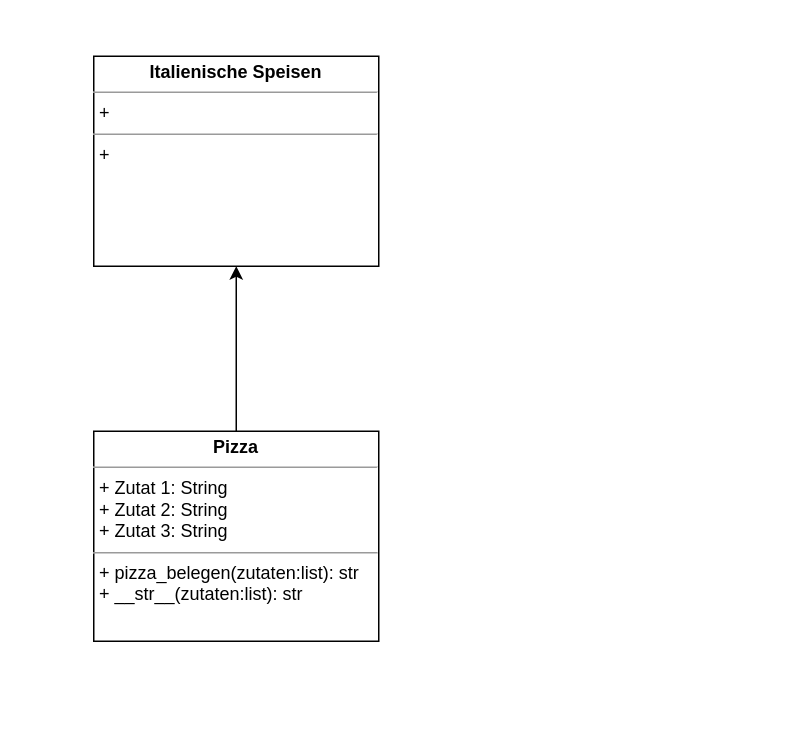
This is UML_Pizza.drawio from ygerhardt/unterricht, a draw.io file, before an edit. Source tidied: cells renumbered, new cells numbered last; positions are measured from the earlier drawing's top-left corner, leaving out a move shared by most shapes. Both pictures are drawn from the tidied source at 150%, with x=0, y=0 at pixel (93, 56).
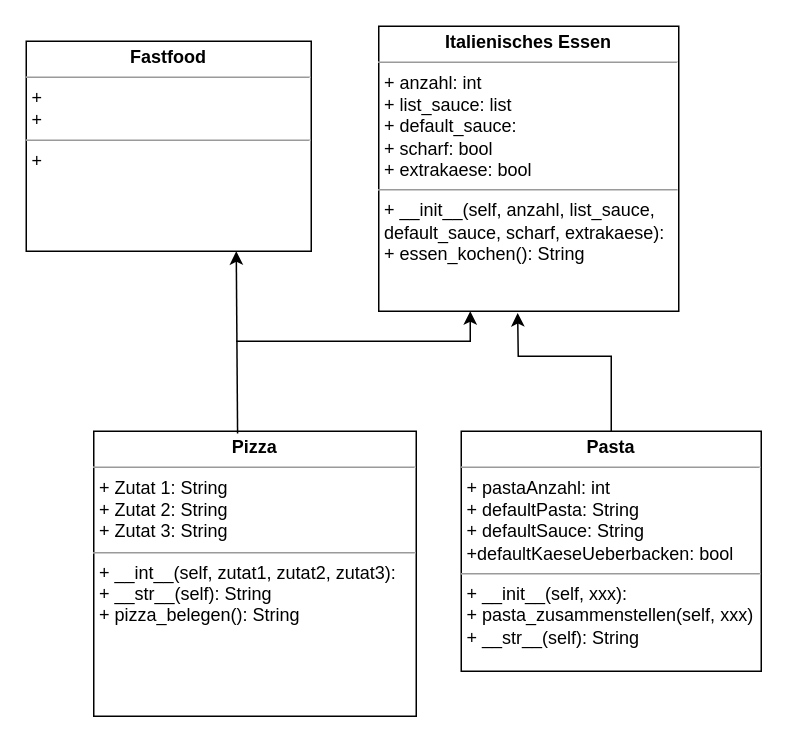
The same diagram, later.

Change to the diagram source:
```diff
@@
 <mxGraphModel>
   <root>
     <mxCell id="0" />
     <mxCell id="1" parent="0" />
-    <mxCell id="2" style="edgeStyle=orthogonalEdgeStyle;rounded=0;jettySize=auto;html=1;entryX=0.5;entryY=1;entryDx=0;entryDy=0;" parent="1" edge="1" source="3" target="4">
-      <mxGeometry relative="1" as="geometry" />
-    </mxCell>
-    <mxCell id="3" value="&lt;p style=&quot;margin:0px;margin-top:4px;text-align:center;&quot;&gt;&lt;b&gt;Pizza&lt;/b&gt;&lt;/p&gt;&lt;hr size=&quot;1&quot;&gt;&lt;p style=&quot;margin:0px;margin-left:4px;&quot;&gt;+ Zutat 1: String&lt;br&gt;+ Zutat 2: String&lt;/p&gt;&lt;p style=&quot;margin:0px;margin-left:4px;&quot;&gt;+ Zutat 3: String&lt;/p&gt;&lt;hr size=&quot;1&quot;&gt;&lt;p style=&quot;margin:0px;margin-left:4px;&quot;&gt;+ pizza_belegen(zutaten:list): str&lt;br&gt;+ __str__(zutaten:list): str&amp;nbsp;&lt;/p&gt;" style="verticalAlign=top;align=left;overflow=fill;fontSize=12;fontFamily=Helvetica;html=1;rounded=0;shadow=0;comic=0;labelBackgroundColor=none;strokeWidth=1;" parent="1" vertex="1">
-      <mxGeometry y="250" width="190" height="140" as="geometry" />
+    <mxCell id="3" value="&lt;p style=&quot;margin:0px;margin-top:4px;text-align:center;&quot;&gt;&lt;b&gt;Pizza&lt;/b&gt;&lt;/p&gt;&lt;hr size=&quot;1&quot;&gt;&lt;p style=&quot;margin:0px;margin-left:4px;&quot;&gt;+ Zutat 1: String&lt;br&gt;+ Zutat 2: String&lt;/p&gt;&lt;p style=&quot;margin:0px;margin-left:4px;&quot;&gt;+ Zutat 3: String&lt;/p&gt;&lt;hr size=&quot;1&quot;&gt;&lt;p style=&quot;margin:0px;margin-left:4px;&quot;&gt;+ __int__(self, zutat1, zutat2, zutat3):&lt;/p&gt;&lt;p style=&quot;margin:0px;margin-left:4px;&quot;&gt;+ __str__(self): String&lt;/p&gt;&lt;p style=&quot;margin:0px;margin-left:4px;&quot;&gt;+ pizza_belegen(): String&lt;br&gt;&lt;/p&gt;" style="verticalAlign=top;align=left;overflow=fill;fontSize=12;fontFamily=Helvetica;html=1;rounded=0;shadow=0;comic=0;labelBackgroundColor=none;strokeWidth=1;" parent="1" vertex="1">
+      <mxGeometry y="250" width="215" height="190" as="geometry" />
     </mxCell>
-    <mxCell id="4" value="&lt;p style=&quot;margin:0px;margin-top:4px;text-align:center;&quot;&gt;&lt;b&gt;Italienische Speisen&lt;/b&gt;&lt;/p&gt;&lt;hr size=&quot;1&quot;&gt;&lt;p style=&quot;margin:0px;margin-left:4px;&quot;&gt;+&amp;nbsp;&lt;/p&gt;&lt;hr size=&quot;1&quot;&gt;&lt;p style=&quot;margin:0px;margin-left:4px;&quot;&gt;+&amp;nbsp;&lt;/p&gt;" style="verticalAlign=top;align=left;overflow=fill;fontSize=12;fontFamily=Helvetica;html=1;rounded=0;shadow=0;comic=0;labelBackgroundColor=none;strokeWidth=1;" parent="1" vertex="1">
-      <mxGeometry width="190" height="140" as="geometry" />
-    </mxCell>
+    <mxCell id="5" value="&lt;p style=&quot;margin:0px;margin-top:4px;text-align:center;&quot;&gt;&lt;b&gt;Italienisches Essen&lt;/b&gt;&lt;/p&gt;&lt;hr size=&quot;1&quot;&gt;&lt;p style=&quot;margin:0px;margin-left:4px;&quot;&gt;+ anzahl: int&lt;/p&gt;&lt;p style=&quot;margin:0px;margin-left:4px;&quot;&gt;+ list_sauce: list&lt;/p&gt;&lt;p style=&quot;margin:0px;margin-left:4px;&quot;&gt;+ default_sauce:&amp;nbsp;&lt;/p&gt;&lt;p style=&quot;margin:0px;margin-left:4px;&quot;&gt;+ scharf: bool&lt;/p&gt;&lt;p style=&quot;margin:0px;margin-left:4px;&quot;&gt;+ extrakaese: bool&lt;/p&gt;&lt;hr size=&quot;1&quot;&gt;&lt;p style=&quot;margin:0px;margin-left:4px;&quot;&gt;+ __init__(self, anzahl, list_sauce,&amp;nbsp;&lt;/p&gt;&lt;p style=&quot;margin:0px;margin-left:4px;&quot;&gt;default_sauce, scharf, extrakaese):&lt;/p&gt;&lt;p style=&quot;margin:0px;margin-left:4px;&quot;&gt;+ essen_kochen(): String&lt;br&gt;&lt;/p&gt;" style="verticalAlign=top;align=left;overflow=fill;fontSize=12;fontFamily=Helvetica;html=1;rounded=0;shadow=0;comic=0;labelBackgroundColor=none;strokeWidth=1;" parent="1" vertex="1">
+      <mxGeometry x="190" y="-20" width="200" height="190" as="geometry" />
+    </mxCell>
+    <mxCell id="6" value="&lt;p style=&quot;margin:0px;margin-top:4px;text-align:center;&quot;&gt;&lt;b&gt;Pasta&lt;/b&gt;&lt;/p&gt;&lt;hr size=&quot;1&quot;&gt;&lt;p style=&quot;margin:0px;margin-left:4px;&quot;&gt;+ pastaAnzahl: int&lt;br&gt;+ defaultPasta: String&lt;br&gt;&lt;/p&gt;&lt;p style=&quot;margin:0px;margin-left:4px;&quot;&gt;+ defaultSauce: String&lt;/p&gt;&lt;p style=&quot;margin:0px;margin-left:4px;&quot;&gt;+defaultKaeseUeberbacken: bool&lt;/p&gt;&lt;hr size=&quot;1&quot;&gt;&lt;p style=&quot;margin:0px;margin-left:4px;&quot;&gt;+ __init__(self, xxx):&lt;/p&gt;&lt;p style=&quot;margin:0px;margin-left:4px;&quot;&gt;+ pasta_zusammenstellen(self, xxx)&lt;/p&gt;&lt;p style=&quot;margin:0px;margin-left:4px;&quot;&gt;+ __str__(self): String&lt;/p&gt;" style="verticalAlign=top;align=left;overflow=fill;fontSize=12;fontFamily=Helvetica;html=1;rounded=0;shadow=0;comic=0;labelBackgroundColor=none;strokeWidth=1;" parent="1" vertex="1">
+      <mxGeometry x="245" y="250" width="200" height="160" as="geometry" />
+    </mxCell>
+    <mxCell id="7" style="endArrow=classic;html=1;rounded=0;entryX=0.463;entryY=1.006;entryDx=0;entryDy=0;entryPerimeter=0;" parent="1" edge="1" target="5">
+      <mxGeometry relative="1" as="geometry">
+        <mxPoint x="345" y="250" as="sourcePoint" />
+        <Array as="points">
+          <mxPoint x="345" y="200" />
+          <mxPoint x="283" y="200" />
+        </Array>
+      </mxGeometry>
+    </mxCell>
+    <mxCell id="8" style="endArrow=classic;html=1;rounded=0;exitX=0.446;exitY=0.008;exitDx=0;exitDy=0;exitPerimeter=0;" parent="1" edge="1" source="3">
+      <mxGeometry relative="1" as="geometry">
+        <mxPoint x="95" y="130" as="targetPoint" />
+      </mxGeometry>
+    </mxCell>
+    <mxCell id="9" value="&lt;p style=&quot;margin:0px;margin-top:4px;text-align:center;&quot;&gt;&lt;b&gt;Fastfood&lt;/b&gt;&lt;/p&gt;&lt;hr size=&quot;1&quot;&gt;&lt;p style=&quot;margin:0px;margin-left:4px;&quot;&gt;+&amp;nbsp;&lt;br&gt;+&amp;nbsp;&lt;br&gt;&lt;/p&gt;&lt;hr size=&quot;1&quot;&gt;&lt;p style=&quot;margin:0px;margin-left:4px;&quot;&gt;+&amp;nbsp;&lt;/p&gt;" style="verticalAlign=top;align=left;overflow=fill;fontSize=12;fontFamily=Helvetica;html=1;rounded=0;shadow=0;comic=0;labelBackgroundColor=none;strokeWidth=1;" parent="1" vertex="1">
+      <mxGeometry x="-45" y="-10" width="190" height="140" as="geometry" />
+    </mxCell>
+    <mxCell id="10" style="endArrow=classic;html=1;rounded=0;" parent="1" edge="1">
+      <mxGeometry relative="1" as="geometry">
+        <mxPoint x="95" y="190" as="sourcePoint" />
+        <mxPoint x="251" y="170" as="targetPoint" />
+        <Array as="points">
+          <mxPoint x="251" y="190" />
+        </Array>
+      </mxGeometry>
+    </mxCell>
   </root>
 </mxGraphModel>
```
